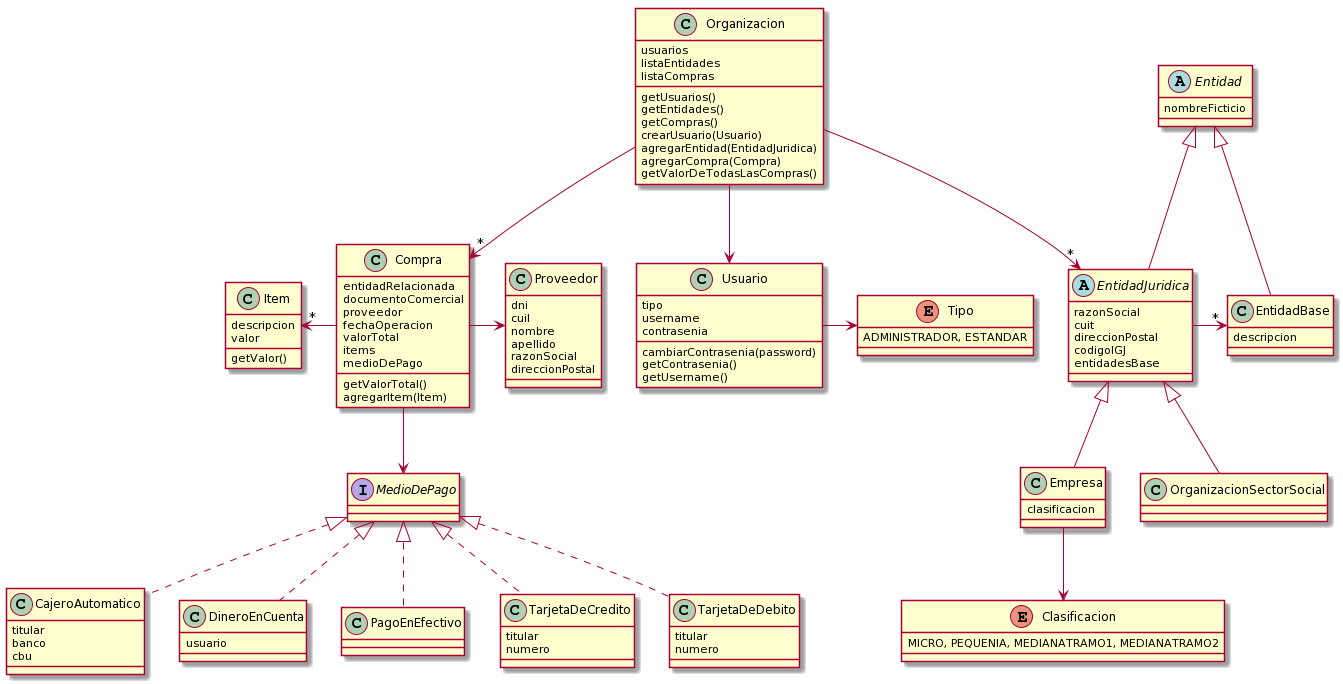
This is Diagramas/DiagramaTPAEntrega1v3.png from matiasanz/TP-DDS-2020, a PlantUML export, as it was before one commit. Its diagram source:
```plantuml
@startuml
class Organizacion{
usuarios
listaEntidades
listaCompras
getUsuarios()
getEntidades()
getCompras()
crearUsuario(Usuario)
agregarEntidad(EntidadJuridica)
agregarCompra(Compra)
getValorDeTodasLasCompras()

}
Organizacion --> Usuario
Organizacion --> "*" EntidadJuridica
Organizacion --> "*" Compra

class Compra{
    entidadRelacionada
    documentoComercial
    proveedor
    fechaOperacion
    valorTotal
    items
    medioDePago
getValorTotal()
agregarItem(Item)
}

class Proveedor{
    dni
    cuil
    nombre
    apellido
    razonSocial
    direccionPostal
}

class Item {
     descripcion
     valor
getValor()
}

interface MedioDePago {

}

class CajeroAutomatico {
    titular
    banco
    cbu
}

class DineroEnCuenta{
    usuario
}

class PagoEnEfectivo {
}

class TarjetaDeCredito {
    titular
    numero
}

class TarjetaDeDebito {
    titular
    numero
}

abstract Entidad {
nombreFicticio
}

Entidad <|-- EntidadJuridica
Entidad <|-- EntidadBase

abstract EntidadJuridica {
    razonSocial
    cuit
    direccionPostal
    codigoIGJ
    entidadesBase
}

class EntidadBase{
    descripcion
}

class Empresa{
clasificacion
}

enum Clasificacion{
MICRO, PEQUENIA, MEDIANATRAMO1, MEDIANATRAMO2
}

class OrganizacionSectorSocial{
}

class Usuario{
tipo
username
contrasenia
cambiarContrasenia(password)
getContrasenia()
getUsername()
}

enum Tipo {
ADMINISTRADOR, ESTANDAR
}

Usuario -> Tipo

MedioDePago  <|.. CajeroAutomatico
MedioDePago  <|.. DineroEnCuenta
MedioDePago  <|.. PagoEnEfectivo
MedioDePago  <|.. TarjetaDeCredito
MedioDePago  <|.. TarjetaDeDebito

Compra -> Proveedor
Compra -left-> "*" Item
Compra -down-> MedioDePago

EntidadJuridica -> "*"EntidadBase
EntidadJuridica <|-- Empresa
EntidadJuridica <|-- OrganizacionSectorSocial
Empresa -down-> Clasificacion
@enduml
```
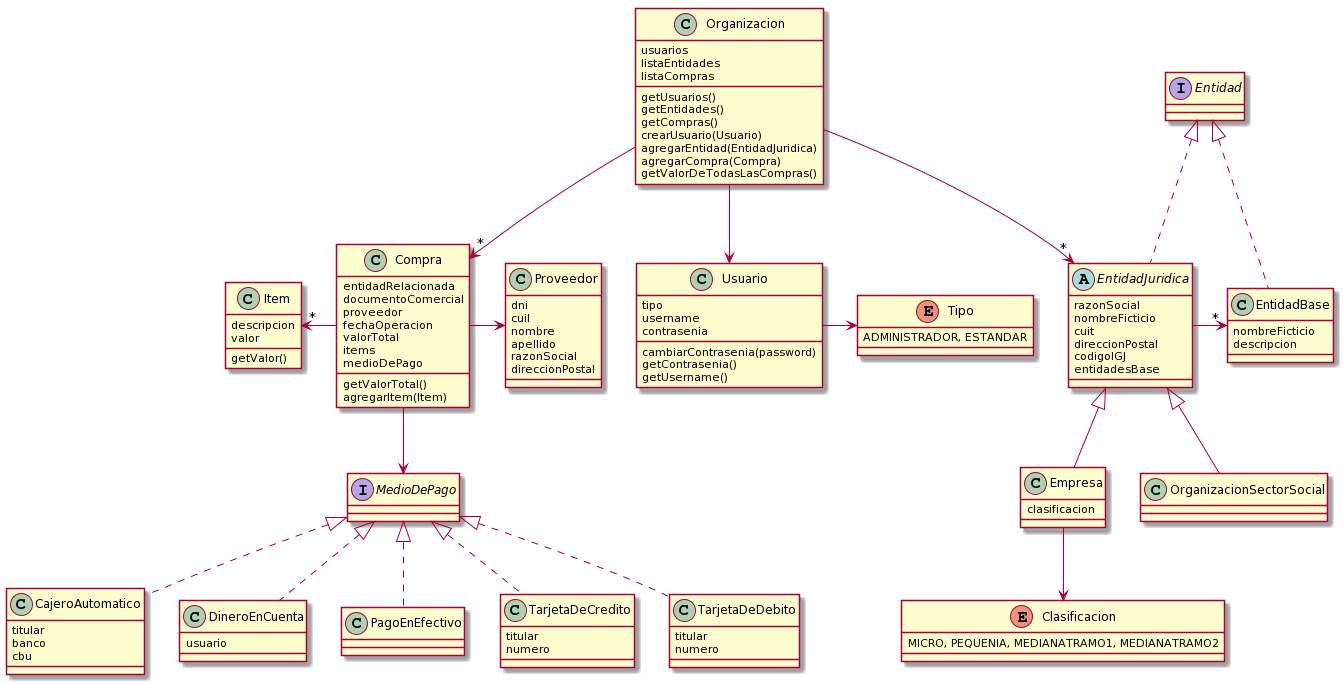
After the change.

Commit message:
Diagrama modificado. Cambio interfaz Entidad.

Change to the diagram source:
```diff
@@ -70,15 +70,16 @@
     numero
 }
 
-abstract Entidad {
-nombreFicticio
+interface Entidad {
+
 }
 
-Entidad <|-- EntidadJuridica
-Entidad <|-- EntidadBase
+Entidad <|.. EntidadJuridica
+Entidad <|.. EntidadBase
 
 abstract EntidadJuridica {
     razonSocial
+    nombreFicticio
     cuit
     direccionPostal
     codigoIGJ
@@ -86,6 +87,7 @@
 }
 
 class EntidadBase{
+    nombreFicticio
     descripcion
 }
 
```
